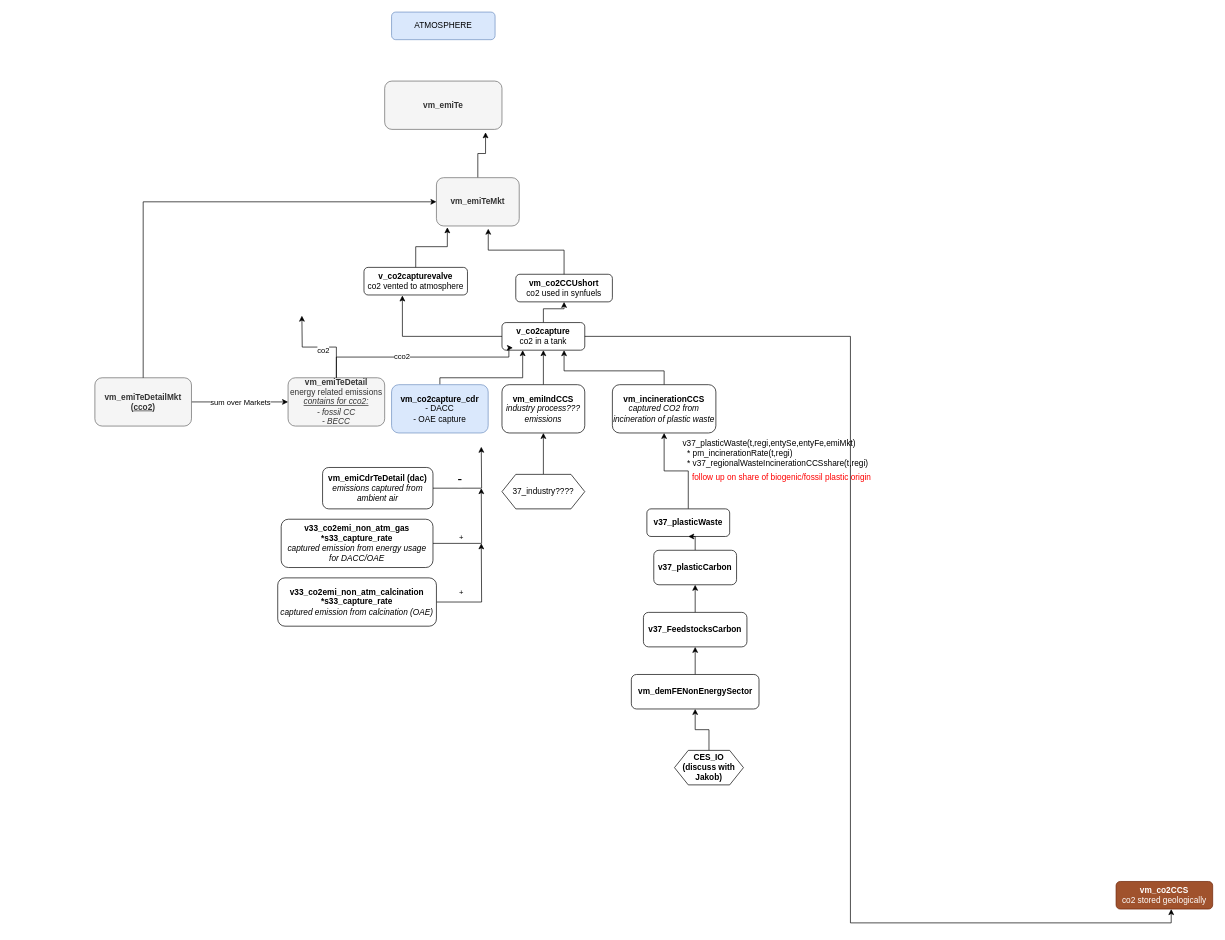
This is emissionsaccounting/Untitled Diagram.drawio from robertsalzwedel/carma, a draw.io file, before an edit. Source tidied: cells renumbered, new cells numbered last; positions are measured from the earlier drawing's top-left corner, leaving out a move shared by most shapes. Both pictures are drawn from the tidied source at 69%, with x=0, y=0 at pixel (95, 12).
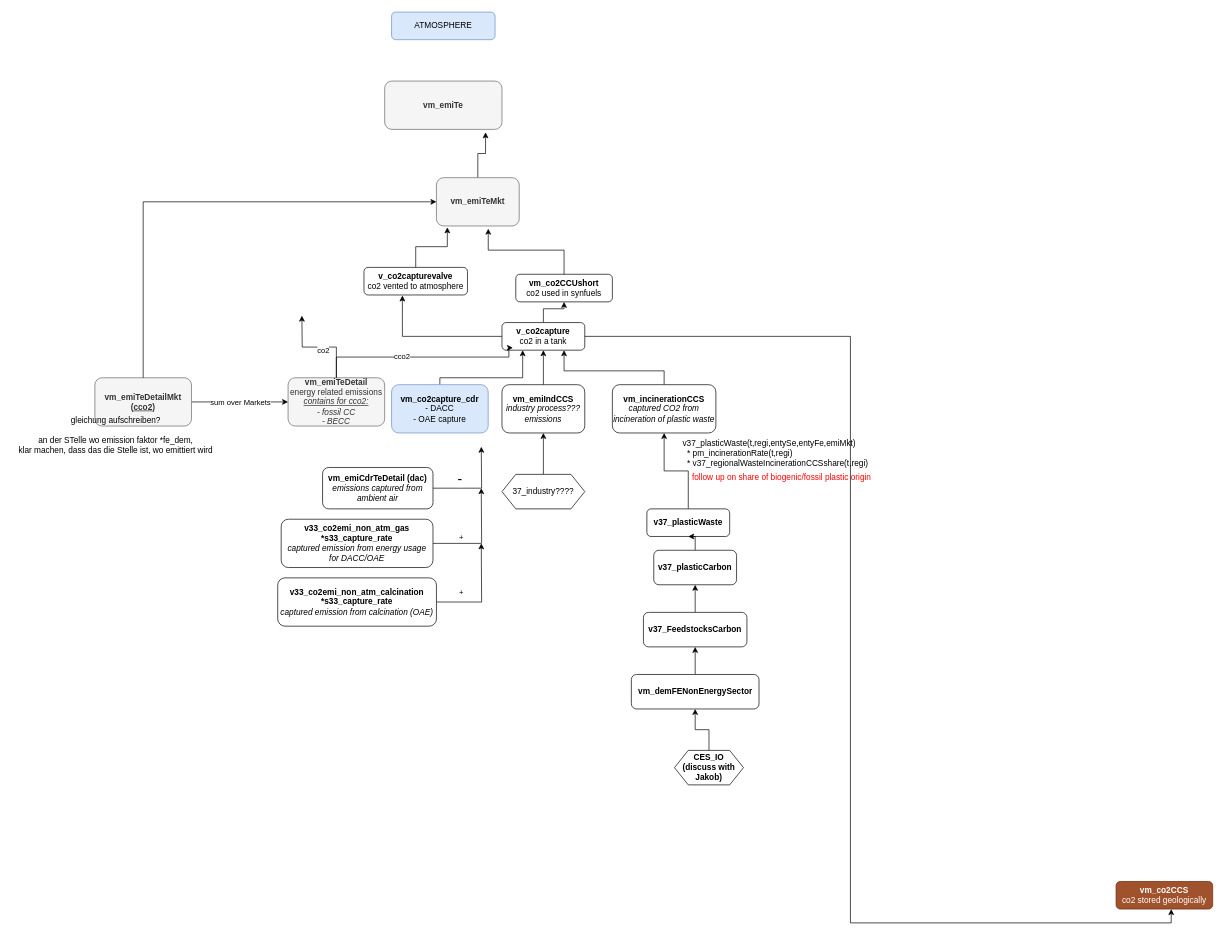
The same diagram, later.

Diff of the diagram source:
```diff
@@
+    <mxCell id="54" value="&lt;div&gt;gleichung aufschreiben?&lt;/div&gt;&lt;div&gt;&lt;br&gt;&lt;/div&gt;&lt;div&gt;an der STelle wo emission faktor *fe_dem, &lt;br&gt;&lt;/div&gt;&lt;div&gt;klar machen, dass das die Stelle ist, wo emittiert wird&lt;br&gt;&lt;/div&gt;" style="text;html=1;align=center;verticalAlign=middle;strokeColor=none;fillColor=none;" parent="1" vertex="1">
+      <mxGeometry x="-120" y="578" width="300" height="70" as="geometry" />
+    </mxCell>
```
